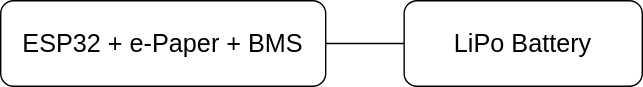
Earlier version of the draw.io export hardware/Connection Diagram.svg (metisvela/sailtrack-monitor). Source tidied: cells renumbered, new cells last; positions are measured from the earlier drawing's top-left corner, leaving out a move shared by most shapes.
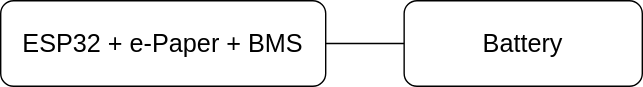
Above is the later version.

What changed in the source:
```diff
@@ -8,7 +8,7 @@
     <mxCell id="3" value="ESP32 + e-Paper + BMS" style="rounded=1;whiteSpace=wrap;html=1;fontSize=18;" parent="1" vertex="1">
       <mxGeometry width="232" height="61" as="geometry" />
     </mxCell>
-    <mxCell id="4" value="LiPo Battery" style="rounded=1;whiteSpace=wrap;html=1;fontSize=18;" parent="1" vertex="1">
+    <mxCell id="4" value="Battery" style="rounded=1;whiteSpace=wrap;html=1;fontSize=18;" parent="1" vertex="1">
       <mxGeometry x="288" width="170" height="61" as="geometry" />
     </mxCell>
   </root>
```
